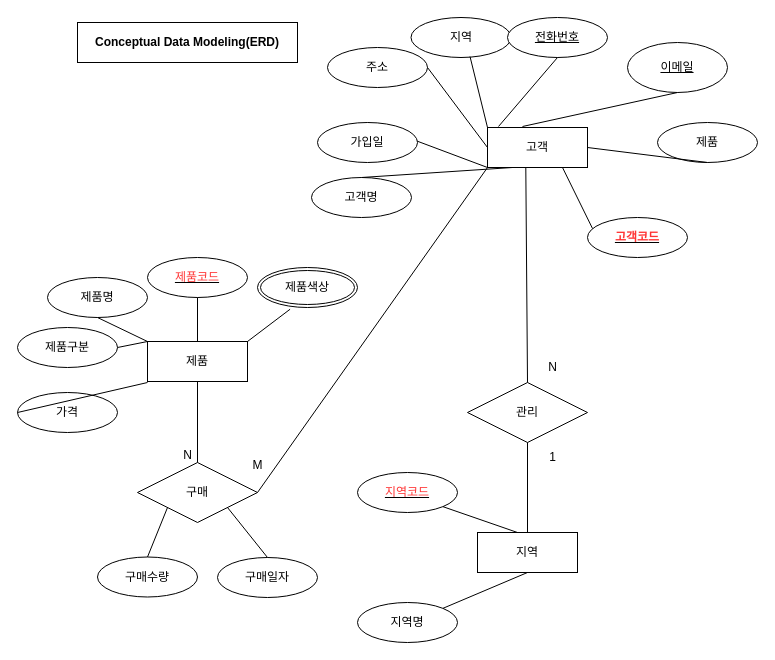
The draw.io diagram page "페이지-1" (1 of 5) of erd.drawio in ttuttae/ai8erd, before the edit. Source tidied: cells renumbered, new cells numbered last; positions are measured from the earlier drawing's top-left corner, leaving out a move shared by most shapes. Both pictures are drawn from the tidied source at 100%, with x=0, y=0 at pixel (17, 17).
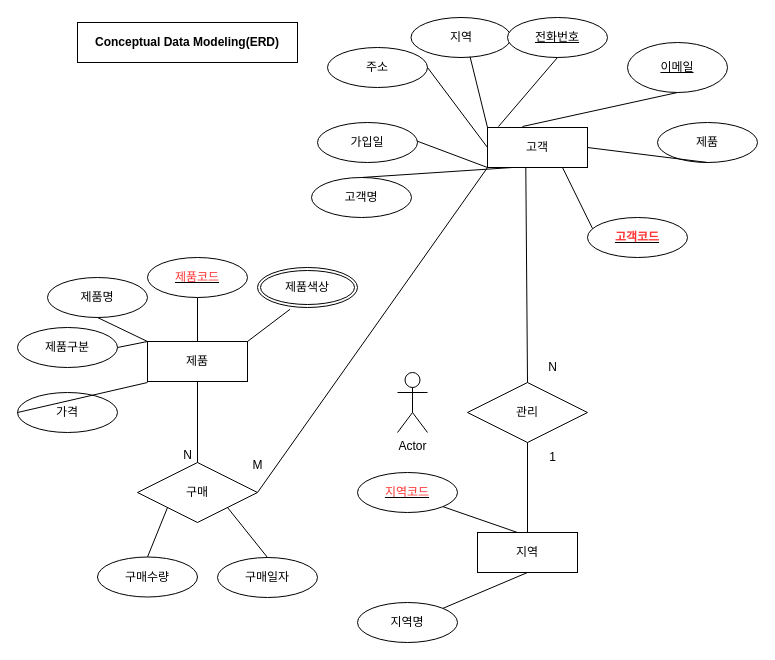
The same diagram, later.

The edit, as a diff of the source:
```diff
@@
+    <mxCell id="50" value="Actor" style="shape=umlActor;verticalLabelPosition=bottom;verticalAlign=top;html=1;" parent="1" vertex="1">
+      <mxGeometry x="380" y="355" width="30" height="60" as="geometry" />
+    </mxCell>
```
